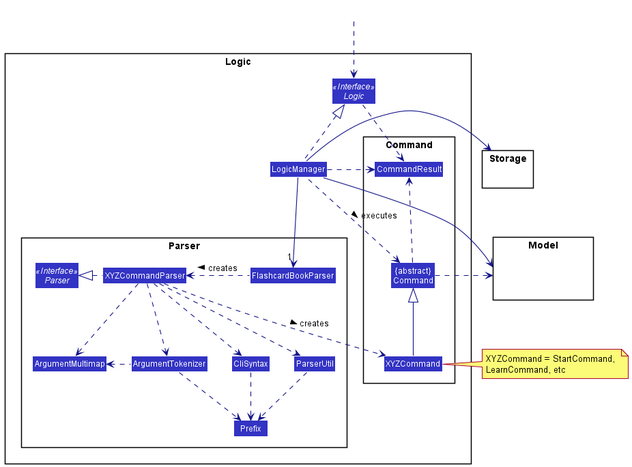
Earlier version of the PlantUML export docs/images/LogicClassDiagram.png (nus-cs2103-AY2021S2/tp).
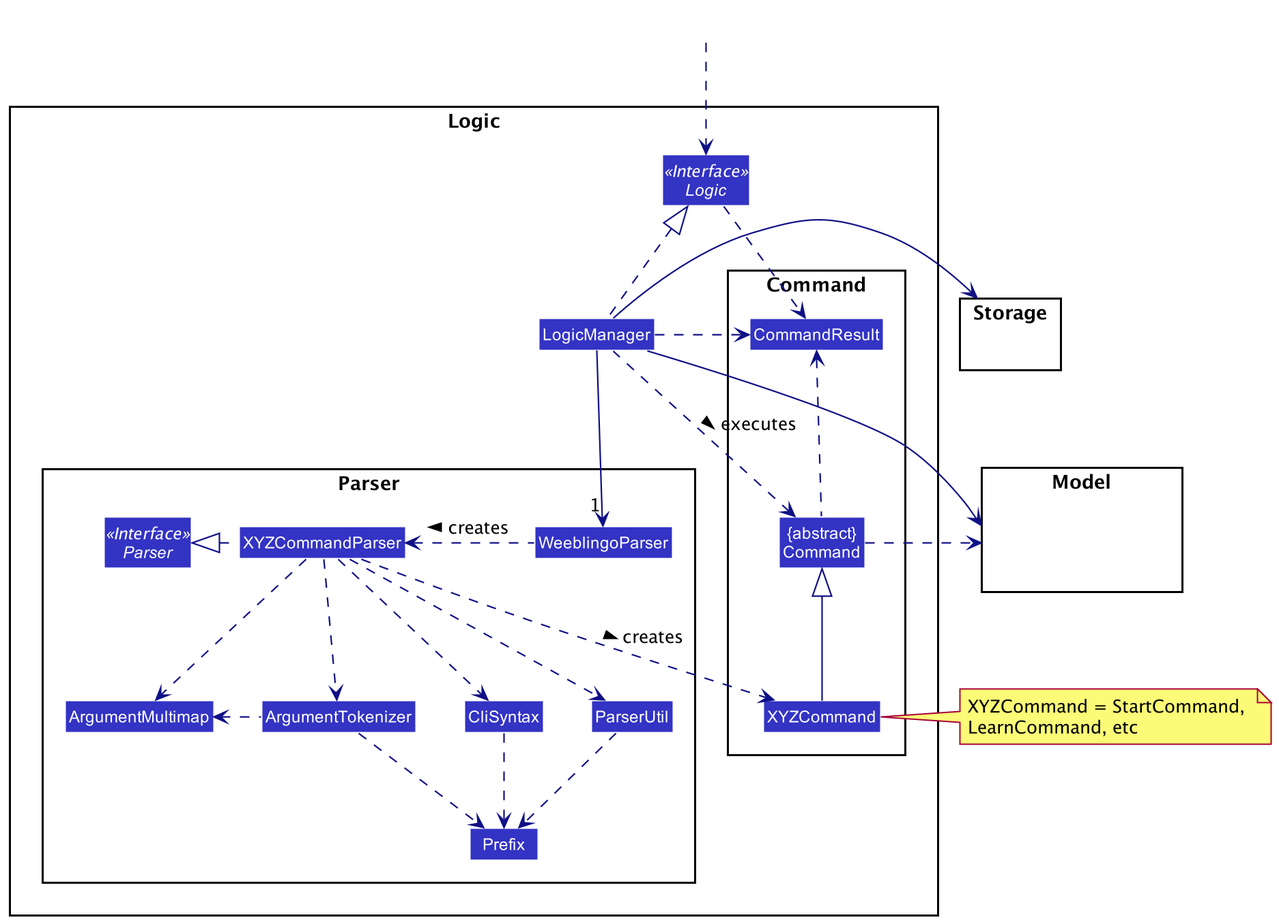
Later version of the same file.

The edit, as a diff of the source:
```diff
@@ -8,7 +8,7 @@
 
 package Parser {
 Interface Parser <<Interface>>
-Class FlashcardBookParser
+Class WeeblingoParser
 Class XYZCommandParser
 Class CliSyntax
 Class ParserUtil
@@ -39,8 +39,8 @@
 HiddenOutside ..> Logic
 
 LogicManager .up.|> Logic
-LogicManager -->"1" FlashcardBookParser
-FlashcardBookParser .left.> XYZCommandParser: creates >
+LogicManager -->"1" WeeblingoParser
+WeeblingoParser .left.> XYZCommandParser: creates >
 
 XYZCommandParser ..> XYZCommand : creates >
 XYZCommandParser .left.|> Parser
```
